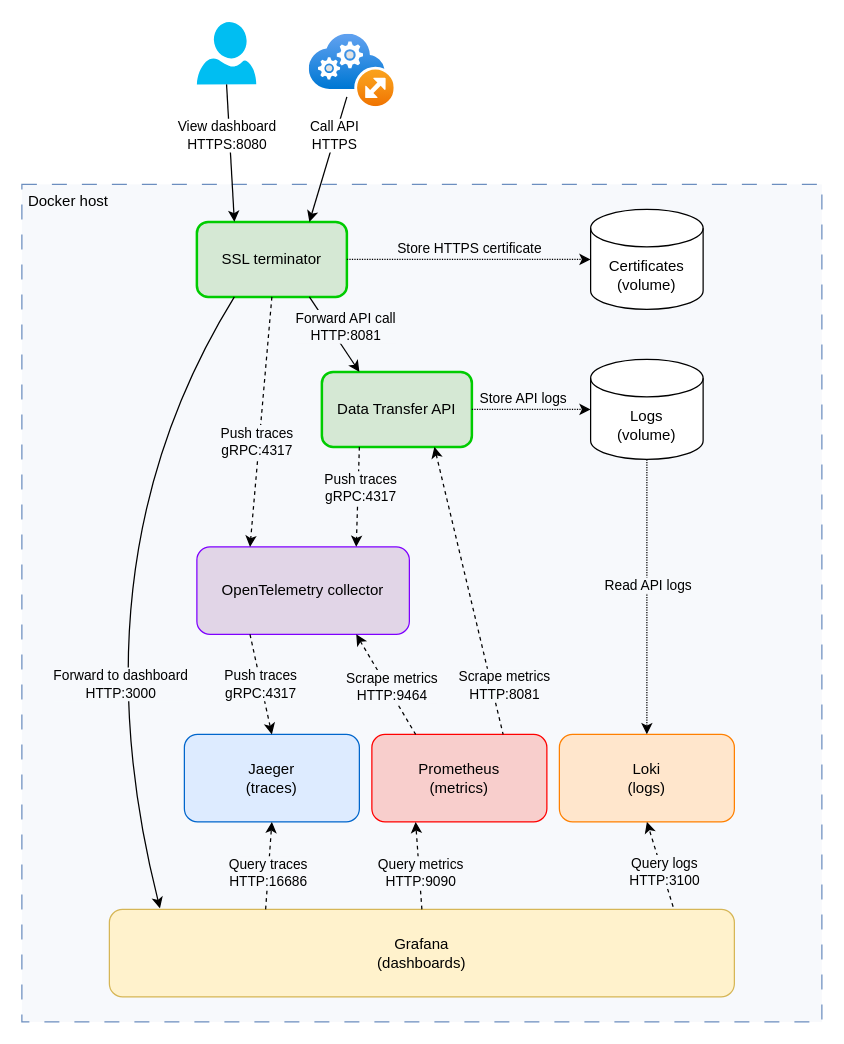
Above: docs/architecture.drawio in EGI-Federation/eosc-data-transfer (draw.io), before the change. Source tidied: cells renumbered, new cells numbered last; positions are measured from the earlier drawing's top-left corner, leaving out a move shared by most shapes. Both pictures are drawn from the tidied source at 125%, with x=0, y=0 at pixel (21, 21).
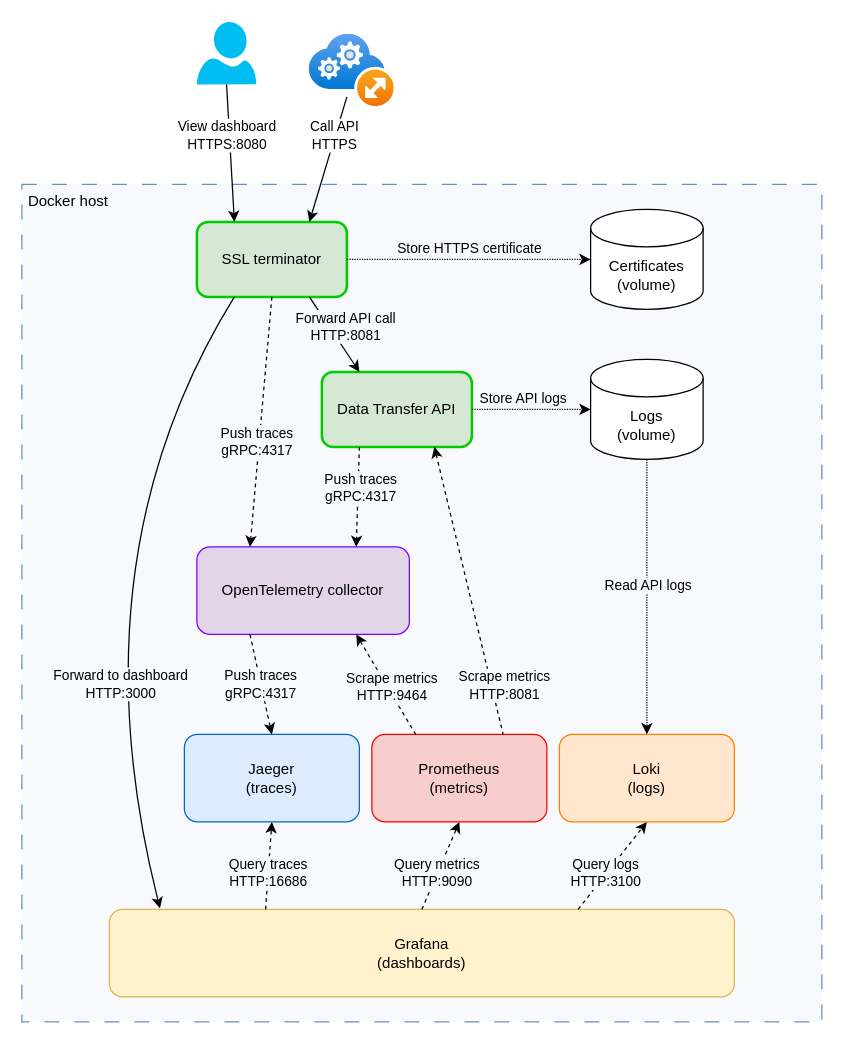
Above is the later version.

Commit message:
Updated architecture diagram

The change refers to these unchanged cells:
```xml
<mxCell id="21" value="Prometheus&lt;br&gt;(metrics)" style="rounded=1;whiteSpace=wrap;html=1;fillColor=#f8cecc;strokeColor=#FF0000;" parent="1" vertex="1">
  <mxGeometry x="280" y="570" width="140" height="70" as="geometry" />
</mxCell>
<mxCell id="28" value="Loki&lt;br&gt;(logs)" style="rounded=1;whiteSpace=wrap;html=1;fillColor=#ffe6cc;strokeColor=#FF8000;" parent="1" vertex="1">
  <mxGeometry x="430" y="570" width="140" height="70" as="geometry" />
</mxCell>
<mxCell id="33" value="Grafana&lt;br&gt;(dashboards)" style="rounded=1;whiteSpace=wrap;html=1;fillColor=#fff2cc;strokeColor=#d6b656;" parent="1" vertex="1">
  <mxGeometry x="70" y="710" width="500" height="70" as="geometry" />
</mxCell>
```

Diff of the diagram source:
```diff
@@
-    <mxCell id="38" style="endArrow=classic;html=1;rounded=0;entryX=0.25;entryY=1;entryDx=0;entryDy=0;dashed=1;exitX=0.5;exitY=0;exitDx=0;exitDy=0;" parent="1" edge="1" source="33" target="21">
+    <mxCell id="38" style="endArrow=classic;html=1;rounded=0;entryX=0.5;entryY=1;entryDx=0;entryDy=0;dashed=1;exitX=0.5;exitY=0;exitDx=0;exitDy=0;" parent="1" edge="1" source="33" target="21">
       <mxGeometry relative="1" as="geometry" />
     </mxCell>
@@
-    <mxCell id="40" style="endArrow=classic;html=1;rounded=0;entryX=0.5;entryY=1;entryDx=0;entryDy=0;dashed=1;exitX=0.902;exitY=-0.03;exitDx=0;exitDy=0;exitPerimeter=0;" parent="1" edge="1" source="33" target="28">
+    <mxCell id="40" style="endArrow=classic;html=1;rounded=0;entryX=0.5;entryY=1;entryDx=0;entryDy=0;dashed=1;exitX=0.75;exitY=0;exitDx=0;exitDy=0;" parent="1" edge="1" source="33" target="28">
       <mxGeometry relative="1" as="geometry" />
     </mxCell>
```
